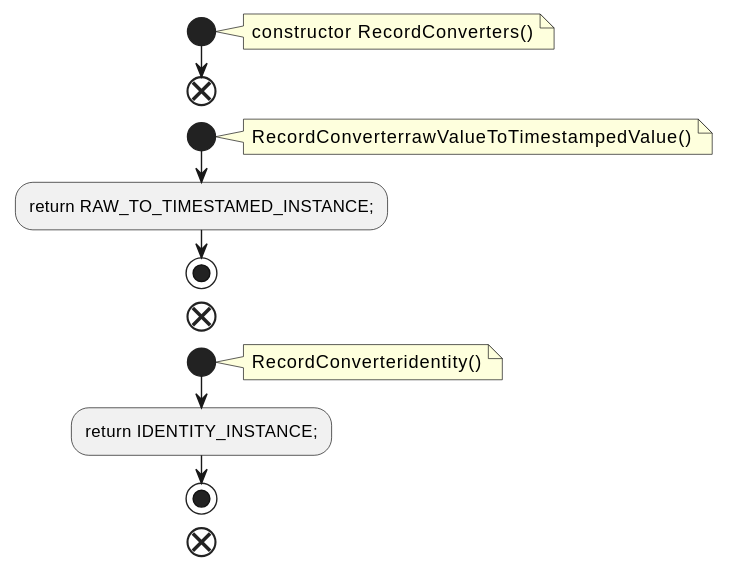
The PlantUML diagram docs/qc/streams/src/main/java/org/apache/kafka/streams/state/internals/RecordConverters.java.fct.svg in qualitesys/kafka, before a commit. The source it was exported from:
```plantuml
@startuml
!pragma layout smetana
start
note right
constructor RecordConverters()
end note
end
start
note right
RecordConverterrawValueToTimestampedValue()
end note
:return RAW_TO_TIMESTAMED_INSTANCE;;
stop
end
start
note right
RecordConverteridentity()
end note
:return IDENTITY_INSTANCE;;
stop
end
@enduml
```
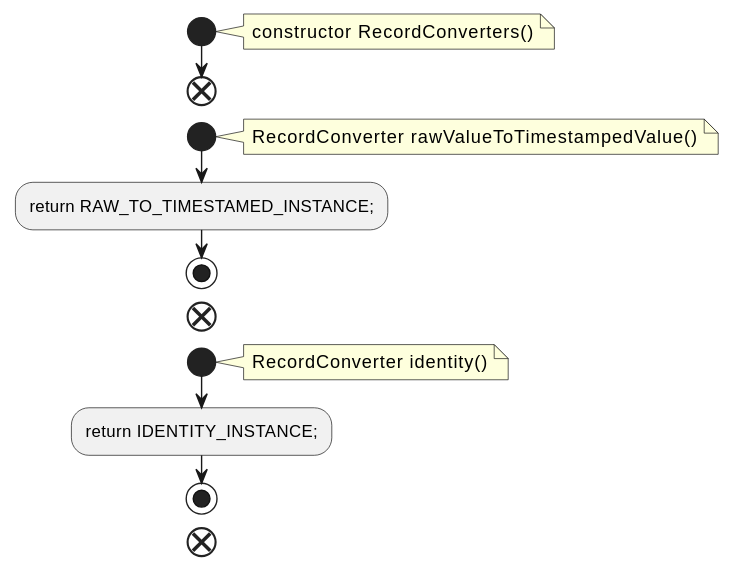
After the commit.

Change to the diagram source:
```diff
@@ -7,14 +7,14 @@
 end
 start
 note right
-RecordConverterrawValueToTimestampedValue()
+RecordConverter rawValueToTimestampedValue()
 end note
 :return RAW_TO_TIMESTAMED_INSTANCE;;
 stop
 end
 start
 note right
-RecordConverteridentity()
+RecordConverter identity()
 end note
 :return IDENTITY_INSTANCE;;
 stop
```
